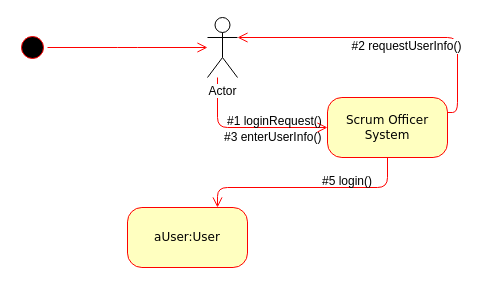
Earlier version of the draw.io diagram Behavioral Modeling/Login_Communication_Diagram.drawio (amirabbas8/ScrumOfficer). Source tidied: cells renumbered, new cells numbered last; positions are measured from the earlier drawing's top-left corner, leaving out a move shared by most shapes. Both pictures are drawn from the tidied source at 100%, with x=0, y=0 at pixel (17, 17).
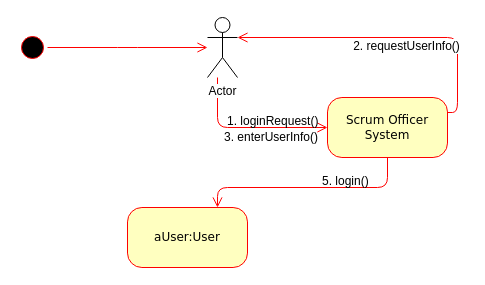
After the change.

Diff of the diagram source:
```diff
@@
 <mxGraphModel background="#ffffff">
   <root>
     <mxCell id="0" />
     <mxCell id="1" parent="0" />
     <mxCell id="2" style="ellipse;html=1;shape=startState;fillColor=#000000;strokeColor=#ff0000;rounded=1;shadow=0;comic=0;labelBackgroundColor=none;fontFamily=Verdana;fontSize=12;fontColor=#000000;align=center;direction=south;" parent="1" vertex="1">
       <mxGeometry y="15" width="30" height="30" as="geometry" />
     </mxCell>
     <mxCell id="3" value="aUser:User" style="rounded=1;whiteSpace=wrap;html=1;arcSize=24;fillColor=#ffffc0;strokeColor=#ff0000;shadow=0;comic=0;labelBackgroundColor=none;fontFamily=Verdana;fontSize=12;fontColor=#000000;align=center;" parent="1" vertex="1">
       <mxGeometry x="110" y="190" width="120" height="60" as="geometry" />
     </mxCell>
     <mxCell id="4" style="edgeStyle=orthogonalEdgeStyle;html=1;exitX=1;exitY=0.25;labelBackgroundColor=none;endArrow=open;endSize=8;strokeColor=#ff0000;fontFamily=Verdana;fontSize=12;align=left;entryX=1;entryY=0.3333333333333333;entryDx=0;entryDy=0;entryPerimeter=0;" parent="1" edge="1" source="6" target="13">
       <mxGeometry relative="1" as="geometry" />
     </mxCell>
-    <mxCell id="5" value="#2 requestUserInfo()" style="text;html=1;align=center;verticalAlign=middle;labelBackgroundColor=#ffffff;" parent="4" vertex="1">
+    <mxCell id="5" value="2. requestUserInfo()" style="text;html=1;align=center;verticalAlign=middle;labelBackgroundColor=#ffffff;" parent="4" vertex="1">
       <mxGeometry x="-0.17" y="3" relative="1" as="geometry">
         <mxPoint x="-10" y="5" as="offset" />
       </mxGeometry>
     </mxCell>
     <mxCell id="6" value="Scrum Officer&lt;br&gt;System&lt;br&gt;" style="rounded=1;whiteSpace=wrap;html=1;arcSize=24;fillColor=#ffffc0;strokeColor=#ff0000;shadow=0;comic=0;labelBackgroundColor=none;fontFamily=Verdana;fontSize=12;fontColor=#000000;align=center;" parent="1" vertex="1">
       <mxGeometry x="310" y="80" width="120" height="60" as="geometry" />
     </mxCell>
     <mxCell id="7" style="edgeStyle=orthogonalEdgeStyle;html=1;labelBackgroundColor=none;endArrow=open;endSize=8;strokeColor=#ff0000;fontFamily=Verdana;fontSize=12;align=left;" parent="1" edge="1" source="2">
       <mxGeometry relative="1" as="geometry">
         <mxPoint x="190" y="30" as="targetPoint" />
       </mxGeometry>
     </mxCell>
     <mxCell id="8" style="edgeStyle=orthogonalEdgeStyle;html=1;labelBackgroundColor=none;endArrow=open;endSize=8;strokeColor=#ff0000;fontFamily=Verdana;fontSize=12;align=left;entryX=0;entryY=0.5;" parent="1" edge="1" target="6">
       <mxGeometry relative="1" as="geometry">
         <mxPoint x="200" y="60" as="sourcePoint" />
         <Array as="points">
           <mxPoint x="200" y="110" />
         </Array>
       </mxGeometry>
     </mxCell>
     <mxCell id="9" style="edgeStyle=orthogonalEdgeStyle;html=1;entryX=0.75;entryY=0;labelBackgroundColor=none;endArrow=open;endSize=8;strokeColor=#ff0000;fontFamily=Verdana;fontSize=12;align=left;exitX=0.5;exitY=1;" parent="1" edge="1" source="6" target="3">
       <mxGeometry relative="1" as="geometry">
         <Array as="points">
           <mxPoint x="370" y="170" />
           <mxPoint x="200" y="170" />
         </Array>
       </mxGeometry>
     </mxCell>
-    <mxCell id="10" value="#1 loginRequest()" style="text;html=1;align=left;verticalAlign=top;spacingTop=-4;" parent="1" vertex="1">
+    <mxCell id="10" value="1. loginRequest()" style="text;html=1;align=left;verticalAlign=top;spacingTop=-4;" parent="1" vertex="1">
       <mxGeometry x="208" y="94" width="110" height="20" as="geometry" />
     </mxCell>
-    <mxCell id="11" value="#3 enterUserInfo()" style="text;html=1;align=left;verticalAlign=top;spacingTop=-4;" parent="1" vertex="1">
+    <mxCell id="11" value="3. enterUserInfo()" style="text;html=1;align=left;verticalAlign=top;spacingTop=-4;" parent="1" vertex="1">
       <mxGeometry x="205" y="110" width="110" height="20" as="geometry" />
     </mxCell>
-    <mxCell id="12" value="#5 login()" style="text;html=1;align=left;verticalAlign=top;spacingTop=-4;" parent="1" vertex="1">
-      <mxGeometry x="303" y="154" width="70" height="20" as="geometry" />
+    <mxCell id="12" value="5. login()" style="text;html=1;align=left;verticalAlign=top;spacingTop=-4;" parent="1" vertex="1">
+      <mxGeometry x="303" y="154" width="60" height="20" as="geometry" />
     </mxCell>
     <mxCell id="13" value="Actor" style="shape=umlActor;verticalLabelPosition=bottom;labelBackgroundColor=#ffffff;verticalAlign=top;html=1;outlineConnect=0;" parent="1" vertex="1">
       <mxGeometry x="190" width="30" height="60" as="geometry" />
     </mxCell>
   </root>
 </mxGraphModel>
```
